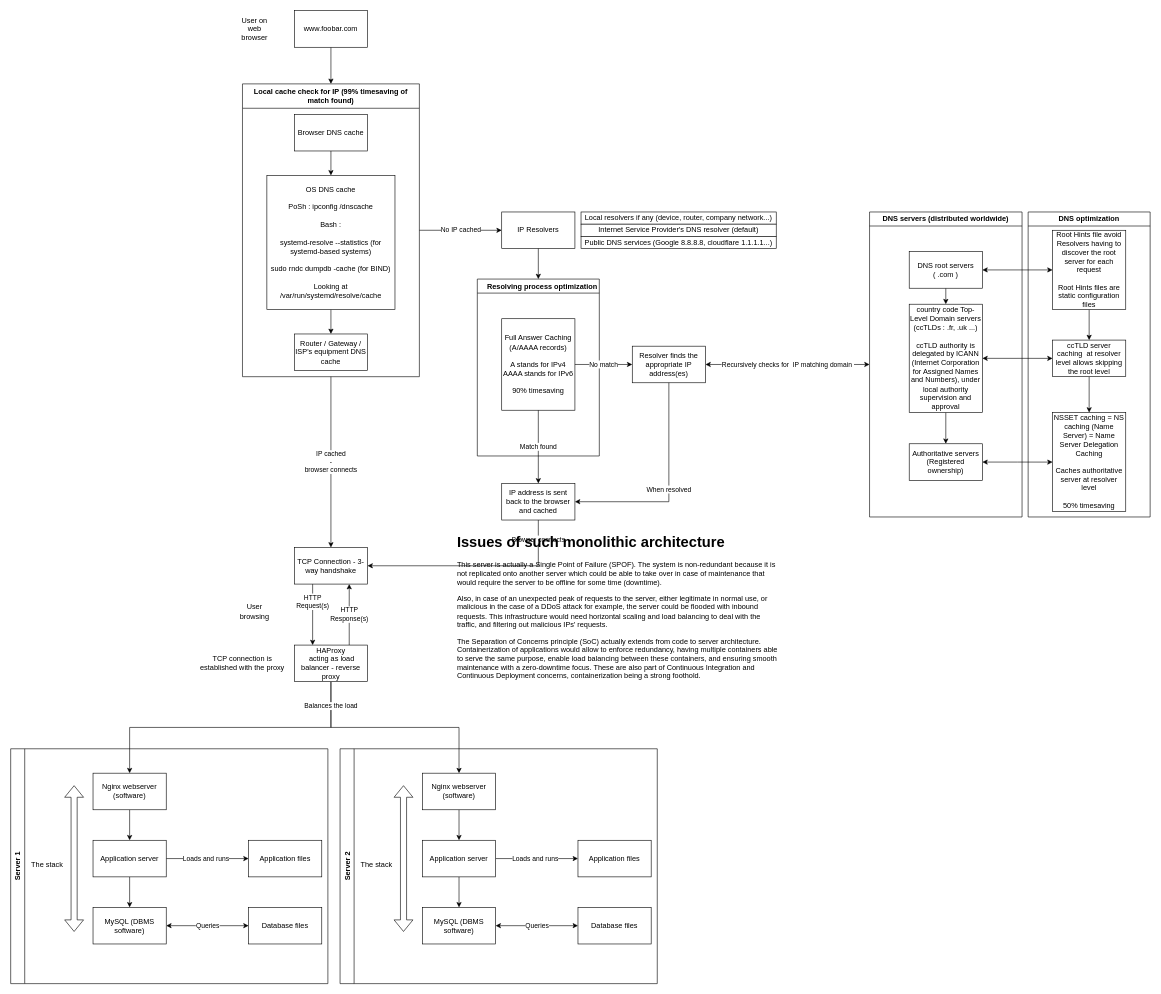
Earlier version of the draw.io diagram web_infrastructure_design/1-distributed_web_infrastructure.drawio (jmitchell35/holbertonschool-system_engineering-devops). Source tidied: cells renumbered, new cells numbered last; positions are measured from the earlier drawing's top-left corner, leaving out a move shared by most shapes. Both pictures are drawn from the tidied source at 61%, with x=0, y=0 at pixel (10, 10).
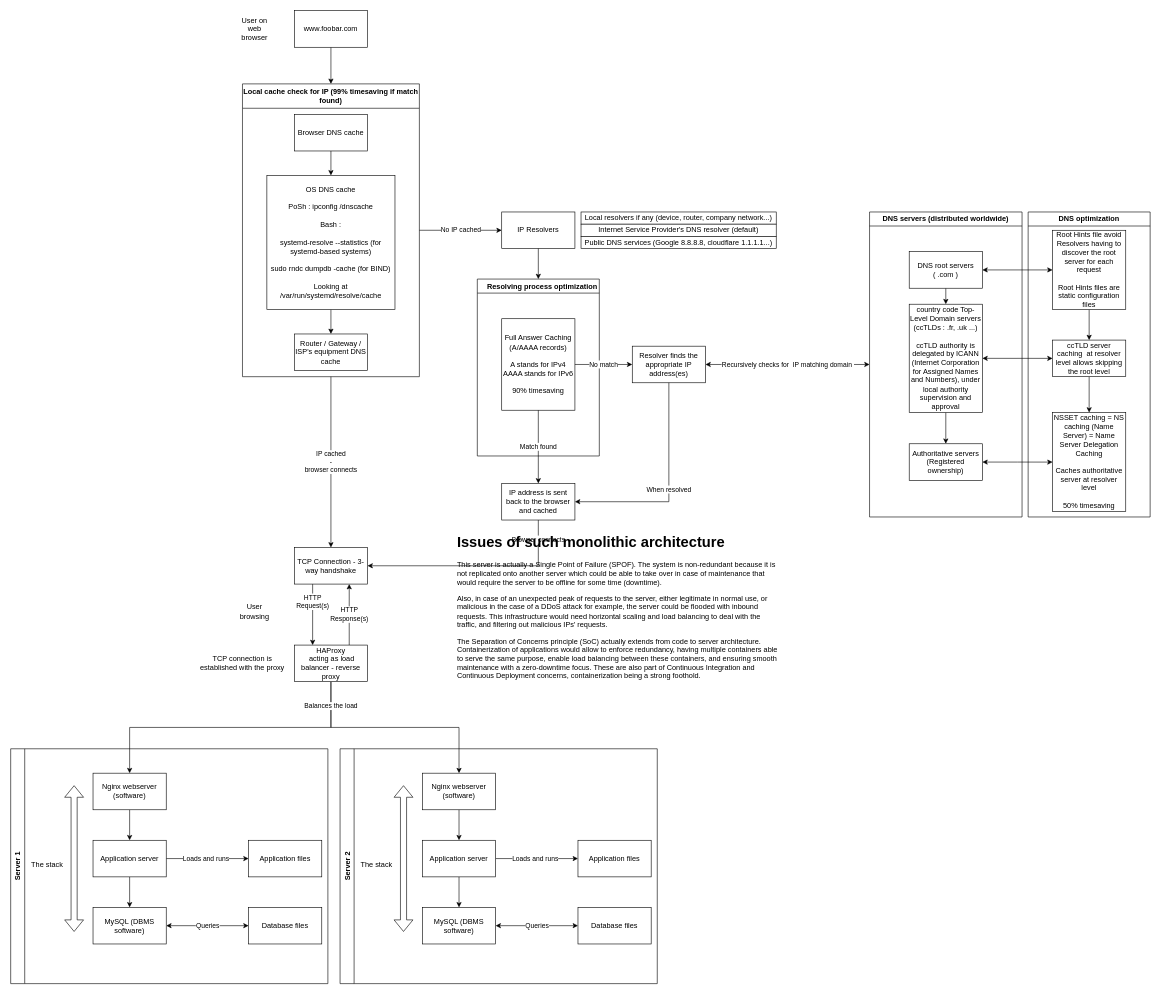
After the change.

Commit message:
Corrected typo

The edit, as a diff of the source:
```diff
@@
-    <mxCell id="20" value="Local cache check for IP (99% timesaving of match found)" style="swimlane;whiteSpace=wrap;html=1;startSize=40;" parent="1" vertex="1">
+    <mxCell id="20" value="Local cache check for IP (99% timesaving if match found)" style="swimlane;whiteSpace=wrap;html=1;startSize=40;" parent="1" vertex="1">
       <mxGeometry x="380" y="120" width="290" height="480" as="geometry" />
     </mxCell>
```
